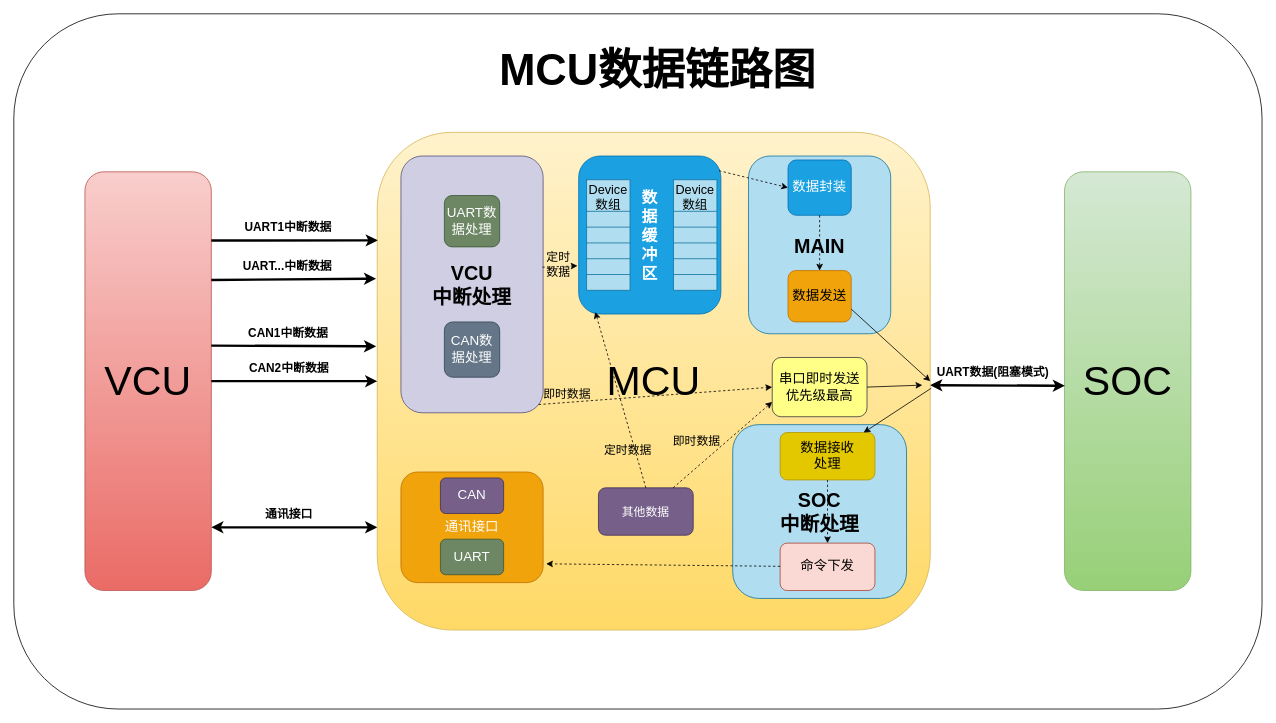
The draw.io diagram 小牛MCU框架图.drawio in liangchaojiang/WindowsProject1, before the edit. Source tidied: cells renumbered, new cells numbered last; positions are measured from the earlier drawing's top-left corner, leaving out a move shared by most shapes. Both pictures are drawn from the tidied source at 79%, with x=0, y=0 at pixel (13, 13).
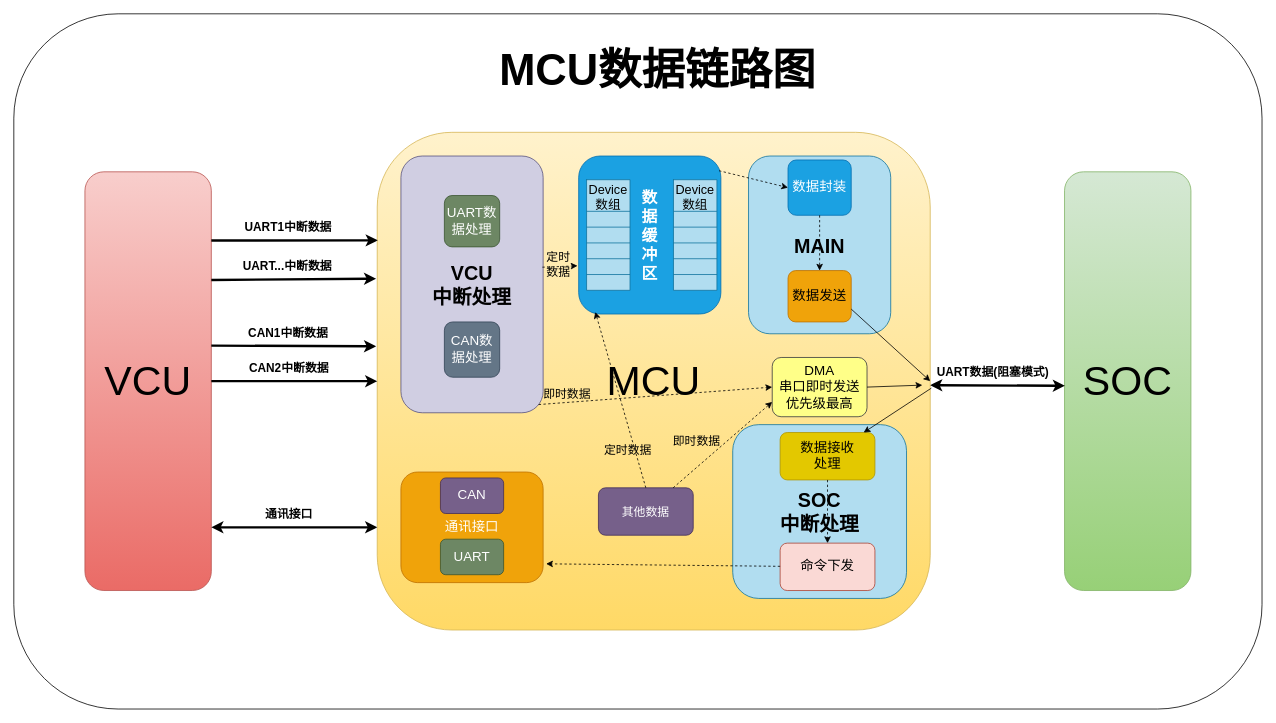
The same page after the edit.

Commit message:
更新小牛MCU框架图.drawio

Diff of the diagram source:
```diff
@@
-    <mxCell id="69" value="&lt;span style=&quot;font-size: 17px;&quot;&gt;串口即时发送&lt;/span&gt;&lt;div&gt;&lt;span style=&quot;font-size: 17px;&quot;&gt;优先级最高&lt;/span&gt;&lt;/div&gt;" style="rounded=1;whiteSpace=wrap;html=1;fillColor=#ffff88;strokeColor=#36393d;" parent="1" vertex="1">
+    <mxCell id="69" value="&lt;span style=&quot;font-size: 17px;&quot;&gt;DMA&lt;/span&gt;&lt;div&gt;&lt;span style=&quot;font-size: 17px;&quot;&gt;串口即时发送&lt;/span&gt;&lt;div&gt;&lt;span style=&quot;font-size: 17px;&quot;&gt;优先级最高&lt;/span&gt;&lt;/div&gt;&lt;/div&gt;" style="rounded=1;whiteSpace=wrap;html=1;fillColor=#ffff88;strokeColor=#36393d;" parent="1" vertex="1">
       <mxGeometry x="960" y="435" width="120" height="75" as="geometry" />
     </mxCell>
```
